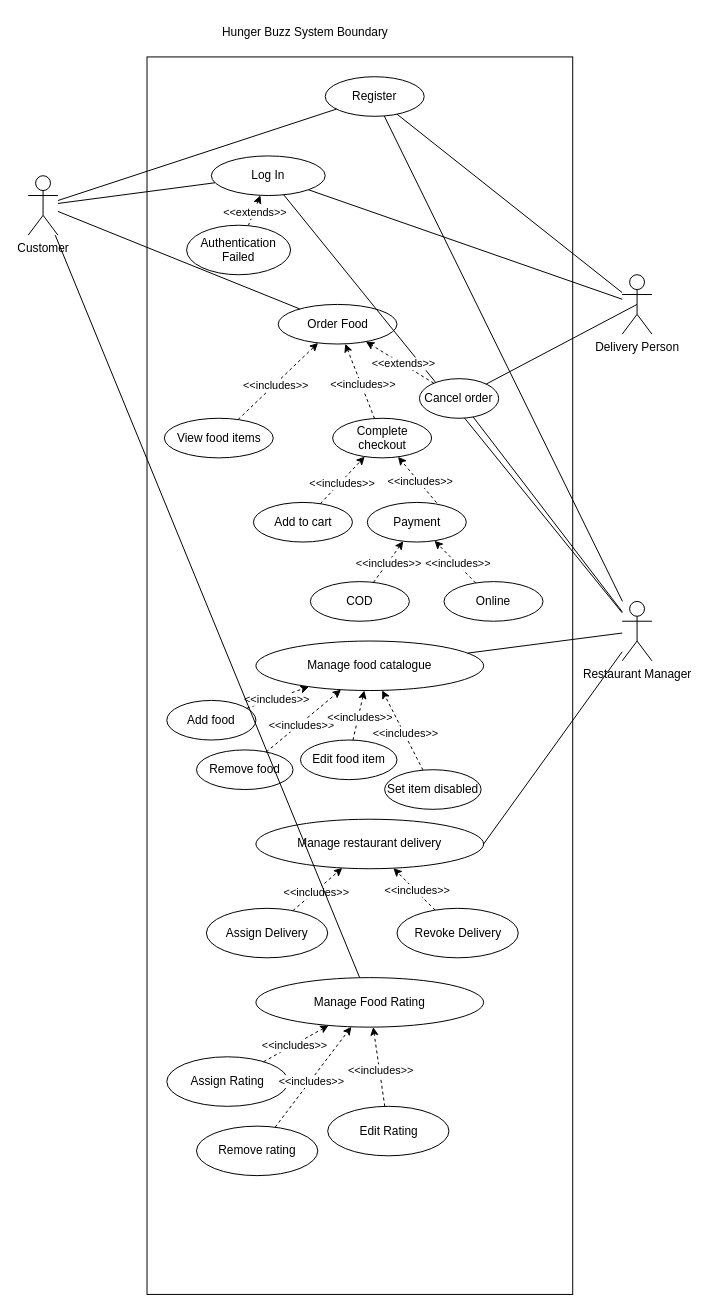
The draw.io diagram diagrams/Use Case/Use Case UML - detailed.drawio in callofthewild/hunger-buzz, before the edit. Source tidied: cells renumbered, new cells numbered last; positions are measured from the earlier drawing's top-left corner, leaving out a move shared by most shapes. Both pictures are drawn from the tidied source at 99%, with x=0, y=0 at pixel (28, 17).
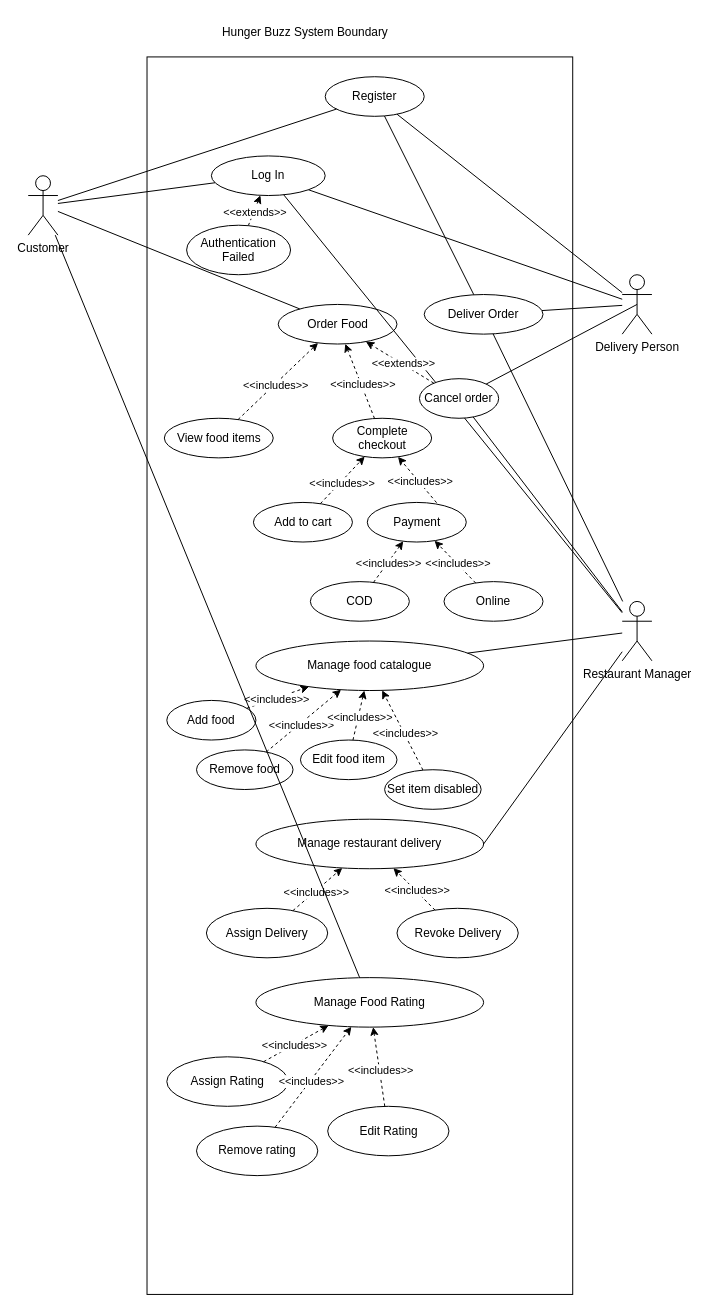
The same diagram, later.

Commit message:
added deliver order - use case detailed.drawio

Unchanged cells that the change refers to:
```xml
<mxCell id="5" value="Restaurant Manager" style="shape=umlActor;verticalLabelPosition=bottom;verticalAlign=top;html=1;outlineConnect=0;" parent="1" vertex="1">
  <mxGeometry x="600" y="590" width="30" height="60" as="geometry" />
</mxCell>
<mxCell id="7" value="Delivery Person" style="shape=umlActor;verticalLabelPosition=bottom;verticalAlign=top;html=1;outlineConnect=0;" parent="1" vertex="1">
  <mxGeometry x="600" y="260" width="30" height="60" as="geometry" />
</mxCell>
<mxCell id="72" value="Register" style="ellipse;whiteSpace=wrap;html=1;" parent="1" vertex="1">
  <mxGeometry x="300" y="60" width="100" height="40" as="geometry" />
</mxCell>
```

Change to the diagram source:
```diff
@@
-    <mxCell id="75" style="endArrow=none;html=1;rounded=0;" parent="1" edge="1" source="5" target="72">
+    <mxCell id="75" style="endArrow=none;html=1;rounded=0;startArrow=none;" parent="1" edge="1" source="76" target="72">
       <mxGeometry relative="1" as="geometry" />
     </mxCell>
+    <mxCell id="76" value="Deliver Order" style="ellipse;whiteSpace=wrap;html=1;" parent="1" vertex="1">
+      <mxGeometry x="400" y="280" width="120" height="40" as="geometry" />
+    </mxCell>
+    <mxCell id="77" style="endArrow=none;html=1;rounded=0;" parent="1" edge="1" source="5" target="76">
+      <mxGeometry relative="1" as="geometry" />
+    </mxCell>
+    <mxCell id="78" style="endArrow=none;html=1;rounded=0;" parent="1" edge="1" source="7" target="76">
+      <mxGeometry relative="1" as="geometry" />
+    </mxCell>
```
